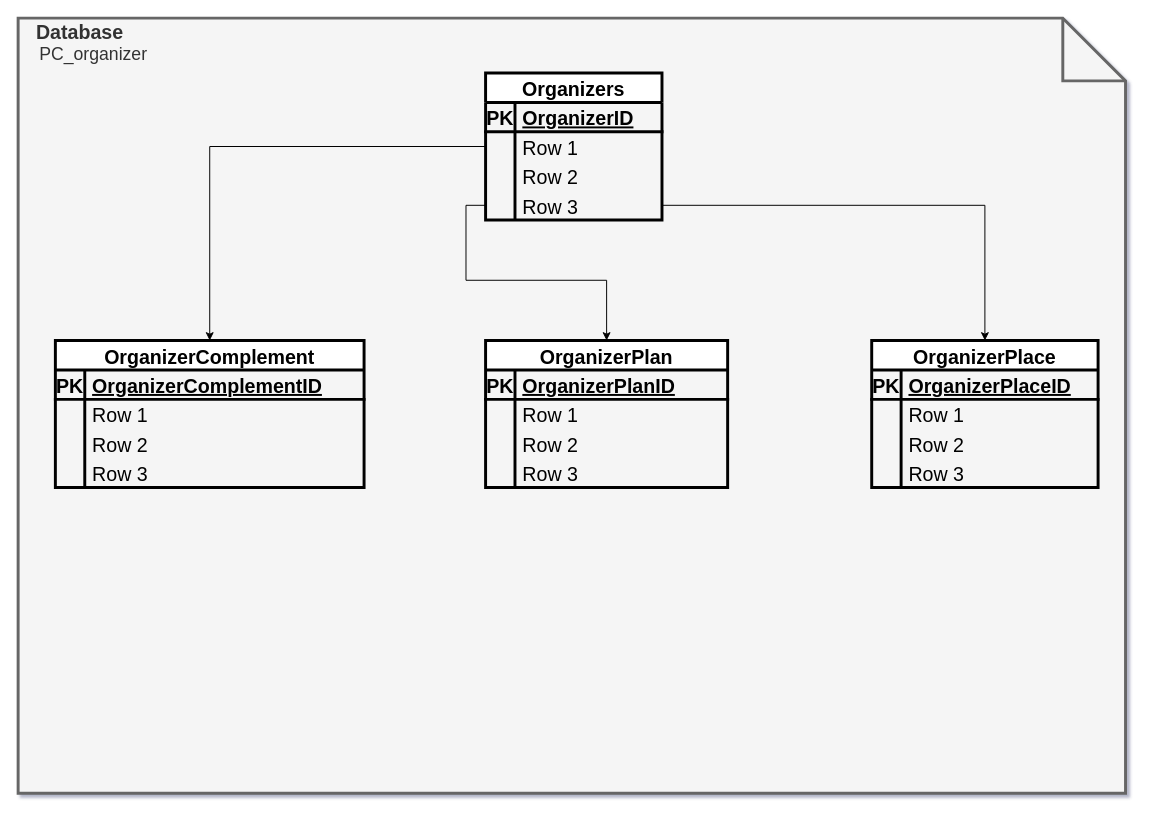
Above: page "DB - ORGANIZER" (1 of 4) of relacionamento.drawio in sandromaia87/crossfit (draw.io), before the change. Source tidied: cells renumbered, new cells numbered last; positions are measured from the earlier drawing's top-left corner, leaving out a move shared by most shapes. Both pictures are drawn from the tidied source at 98%, with x=0, y=0 at pixel (18, 18).
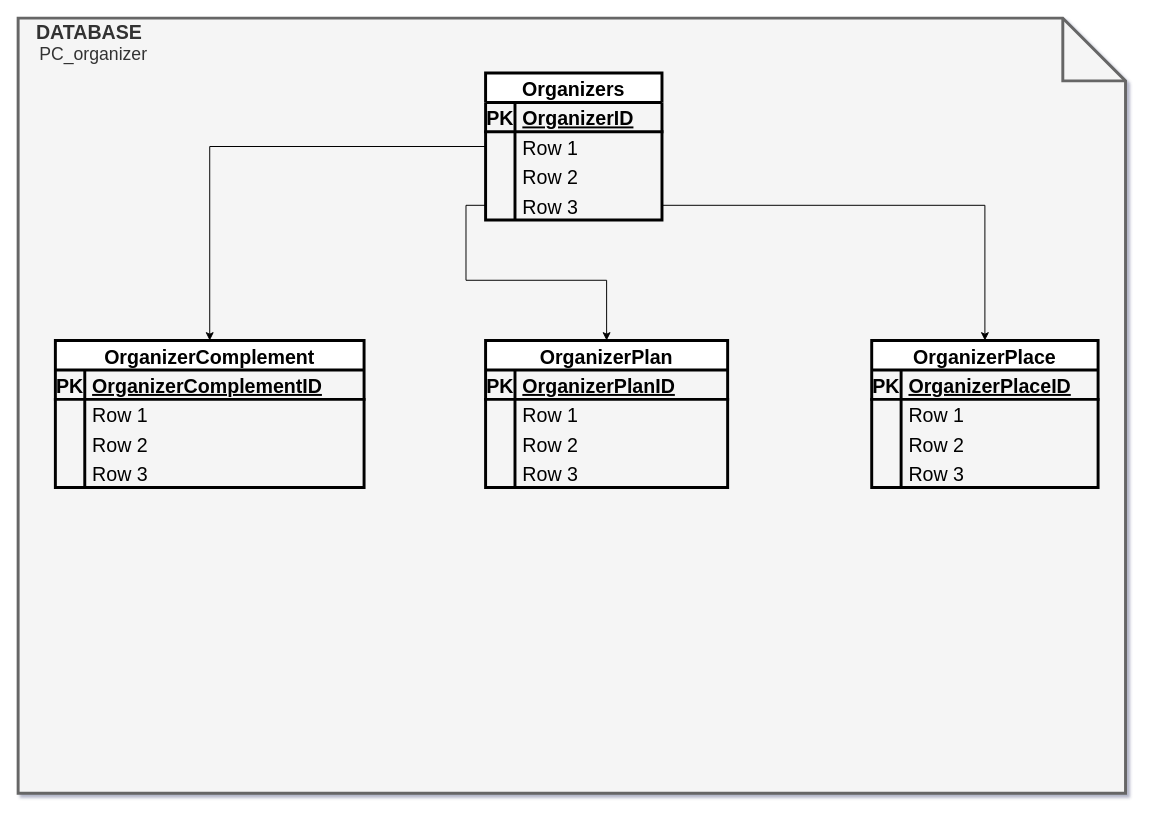
After the change.

Diff of the diagram source:
```diff
@@
-    <mxCell id="2" value="&lt;div style=&quot;font-size: 20px;&quot;&gt;&lt;font style=&quot;font-size: 20px;&quot;&gt;&amp;nbsp;&amp;nbsp; &lt;b&gt;Database &lt;/b&gt;&lt;br&gt;&lt;/font&gt;&lt;/div&gt;&lt;div style=&quot;font-size: 18px;&quot;&gt;&lt;font style=&quot;font-size: 18px;&quot;&gt;&amp;nbsp; &amp;nbsp; PC_organizer&lt;br&gt;&lt;/font&gt;&lt;/div&gt;&lt;div style=&quot;font-size: 18px;&quot;&gt;&lt;font style=&quot;font-size: 18px;&quot;&gt;&lt;br&gt;&lt;/font&gt;&lt;/div&gt;&lt;div style=&quot;font-size: 18px;&quot;&gt;&lt;font style=&quot;font-size: 18px;&quot;&gt;&lt;br&gt;&lt;/font&gt;&lt;/div&gt;&lt;div style=&quot;font-size: 18px;&quot;&gt;&lt;font style=&quot;font-size: 18px;&quot;&gt;&lt;br&gt;&lt;/font&gt;&lt;/div&gt;&lt;div style=&quot;font-size: 18px;&quot;&gt;&lt;font style=&quot;font-size: 18px;&quot;&gt;&lt;br&gt;&lt;/font&gt;&lt;/div&gt;&lt;div style=&quot;font-size: 18px;&quot;&gt;&lt;font style=&quot;font-size: 18px;&quot;&gt;&lt;br&gt;&lt;/font&gt;&lt;/div&gt;&lt;div style=&quot;font-size: 18px;&quot;&gt;&lt;font style=&quot;font-size: 18px;&quot;&gt;&lt;br&gt;&lt;/font&gt;&lt;/div&gt;&lt;div style=&quot;font-size: 18px;&quot;&gt;&lt;font style=&quot;font-size: 18px;&quot;&gt;&lt;br&gt;&lt;/font&gt;&lt;/div&gt;&lt;div style=&quot;font-size: 18px;&quot;&gt;&lt;font style=&quot;font-size: 18px;&quot;&gt;&lt;br&gt;&lt;/font&gt;&lt;/div&gt;&lt;div style=&quot;font-size: 18px;&quot;&gt;&lt;font style=&quot;font-size: 18px;&quot;&gt;&lt;br&gt;&lt;/font&gt;&lt;/div&gt;&lt;div style=&quot;font-size: 18px;&quot;&gt;&lt;font style=&quot;font-size: 18px;&quot;&gt;&lt;br&gt;&lt;/font&gt;&lt;/div&gt;&lt;div style=&quot;font-size: 18px;&quot;&gt;&lt;font style=&quot;font-size: 18px;&quot;&gt;&lt;br&gt;&lt;/font&gt;&lt;/div&gt;&lt;div style=&quot;font-size: 18px;&quot;&gt;&lt;font style=&quot;font-size: 18px;&quot;&gt;&lt;br&gt;&lt;/font&gt;&lt;/div&gt;&lt;div style=&quot;font-size: 18px;&quot;&gt;&lt;font style=&quot;font-size: 18px;&quot;&gt;&lt;br&gt;&lt;/font&gt;&lt;/div&gt;&lt;div style=&quot;font-size: 18px;&quot;&gt;&lt;font style=&quot;font-size: 18px;&quot;&gt;&lt;br&gt;&lt;/font&gt;&lt;/div&gt;&lt;div style=&quot;font-size: 18px;&quot;&gt;&lt;font style=&quot;font-size: 18px;&quot;&gt;&lt;br&gt;&lt;/font&gt;&lt;/div&gt;&lt;div style=&quot;font-size: 18px;&quot;&gt;&lt;font style=&quot;font-size: 18px;&quot;&gt;&lt;br&gt;&lt;/font&gt;&lt;/div&gt;&lt;div style=&quot;font-size: 18px;&quot;&gt;&lt;font style=&quot;font-size: 18px;&quot;&gt;&lt;br&gt;&lt;/font&gt;&lt;/div&gt;&lt;div style=&quot;font-size: 18px;&quot;&gt;&lt;font style=&quot;font-size: 18px;&quot;&gt;&lt;br&gt;&lt;/font&gt;&lt;/div&gt;&lt;div style=&quot;font-size: 18px;&quot;&gt;&lt;font style=&quot;font-size: 18px;&quot;&gt;&lt;br&gt;&lt;/font&gt;&lt;/div&gt;&lt;div style=&quot;font-size: 18px;&quot;&gt;&lt;font style=&quot;font-size: 18px;&quot;&gt;&lt;br&gt;&lt;/font&gt;&lt;/div&gt;&lt;div style=&quot;font-size: 18px;&quot;&gt;&lt;font style=&quot;font-size: 18px;&quot;&gt;&lt;br&gt;&lt;/font&gt;&lt;/div&gt;&lt;div style=&quot;font-size: 18px;&quot;&gt;&lt;font style=&quot;font-size: 18px;&quot;&gt;&lt;br&gt;&lt;/font&gt;&lt;/div&gt;&lt;div style=&quot;font-size: 18px;&quot;&gt;&lt;font style=&quot;font-size: 18px;&quot;&gt;&lt;br&gt;&lt;/font&gt;&lt;/div&gt;&lt;div style=&quot;font-size: 18px;&quot;&gt;&lt;font style=&quot;font-size: 18px;&quot;&gt;&lt;br&gt;&lt;/font&gt;&lt;/div&gt;&lt;div style=&quot;font-size: 18px;&quot;&gt;&lt;font style=&quot;font-size: 18px;&quot;&gt;&lt;br&gt;&lt;/font&gt;&lt;/div&gt;&lt;div style=&quot;font-size: 18px;&quot;&gt;&lt;font style=&quot;font-size: 18px;&quot;&gt;&lt;br&gt;&lt;/font&gt;&lt;/div&gt;&lt;div style=&quot;font-size: 18px;&quot;&gt;&lt;font style=&quot;font-size: 18px;&quot;&gt;&lt;br&gt;&lt;/font&gt;&lt;/div&gt;&lt;div style=&quot;font-size: 18px;&quot;&gt;&lt;font style=&quot;font-size: 18px;&quot;&gt;&lt;br&gt;&lt;/font&gt;&lt;/div&gt;&lt;div style=&quot;font-size: 18px;&quot;&gt;&lt;font style=&quot;font-size: 18px;&quot;&gt;&lt;br&gt;&lt;/font&gt;&lt;/div&gt;&lt;div&gt;&lt;br&gt;&lt;/div&gt;&lt;div&gt;&lt;br&gt;&lt;/div&gt;&lt;div&gt;&lt;br&gt;&lt;/div&gt;&lt;div&gt;&lt;br&gt;&lt;/div&gt;&lt;div&gt;&lt;br&gt;&lt;/div&gt;&lt;div&gt;&lt;br&gt;&lt;/div&gt;&lt;div&gt;&lt;br&gt;&lt;/div&gt;&lt;div&gt;&lt;br&gt;&lt;/div&gt;" style="shape=note;size=64;whiteSpace=wrap;html=1;align=left;fillColor=#f5f5f5;fontColor=#333333;strokeColor=#666666;gradientColor=none;strokeWidth=3;" parent="1" vertex="1">
+    <mxCell id="2" value="&lt;div style=&quot;font-size: 20px;&quot;&gt;&lt;font style=&quot;font-size: 20px;&quot;&gt;&amp;nbsp;&amp;nbsp; &lt;b&gt;DATABASE&lt;/b&gt;&lt;br&gt;&lt;/font&gt;&lt;/div&gt;&lt;div style=&quot;font-size: 18px;&quot;&gt;&lt;font style=&quot;font-size: 18px;&quot;&gt;&amp;nbsp; &amp;nbsp; PC_organizer&lt;br&gt;&lt;/font&gt;&lt;/div&gt;&lt;div style=&quot;font-size: 18px;&quot;&gt;&lt;font style=&quot;font-size: 18px;&quot;&gt;&lt;br&gt;&lt;/font&gt;&lt;/div&gt;&lt;div style=&quot;font-size: 18px;&quot;&gt;&lt;font style=&quot;font-size: 18px;&quot;&gt;&lt;br&gt;&lt;/font&gt;&lt;/div&gt;&lt;div style=&quot;font-size: 18px;&quot;&gt;&lt;font style=&quot;font-size: 18px;&quot;&gt;&lt;br&gt;&lt;/font&gt;&lt;/div&gt;&lt;div style=&quot;font-size: 18px;&quot;&gt;&lt;font style=&quot;font-size: 18px;&quot;&gt;&lt;br&gt;&lt;/font&gt;&lt;/div&gt;&lt;div style=&quot;font-size: 18px;&quot;&gt;&lt;font style=&quot;font-size: 18px;&quot;&gt;&lt;br&gt;&lt;/font&gt;&lt;/div&gt;&lt;div style=&quot;font-size: 18px;&quot;&gt;&lt;font style=&quot;font-size: 18px;&quot;&gt;&lt;br&gt;&lt;/font&gt;&lt;/div&gt;&lt;div style=&quot;font-size: 18px;&quot;&gt;&lt;font style=&quot;font-size: 18px;&quot;&gt;&lt;br&gt;&lt;/font&gt;&lt;/div&gt;&lt;div style=&quot;font-size: 18px;&quot;&gt;&lt;font style=&quot;font-size: 18px;&quot;&gt;&lt;br&gt;&lt;/font&gt;&lt;/div&gt;&lt;div style=&quot;font-size: 18px;&quot;&gt;&lt;font style=&quot;font-size: 18px;&quot;&gt;&lt;br&gt;&lt;/font&gt;&lt;/div&gt;&lt;div style=&quot;font-size: 18px;&quot;&gt;&lt;font style=&quot;font-size: 18px;&quot;&gt;&lt;br&gt;&lt;/font&gt;&lt;/div&gt;&lt;div style=&quot;font-size: 18px;&quot;&gt;&lt;font style=&quot;font-size: 18px;&quot;&gt;&lt;br&gt;&lt;/font&gt;&lt;/div&gt;&lt;div style=&quot;font-size: 18px;&quot;&gt;&lt;font style=&quot;font-size: 18px;&quot;&gt;&lt;br&gt;&lt;/font&gt;&lt;/div&gt;&lt;div style=&quot;font-size: 18px;&quot;&gt;&lt;font style=&quot;font-size: 18px;&quot;&gt;&lt;br&gt;&lt;/font&gt;&lt;/div&gt;&lt;div style=&quot;font-size: 18px;&quot;&gt;&lt;font style=&quot;font-size: 18px;&quot;&gt;&lt;br&gt;&lt;/font&gt;&lt;/div&gt;&lt;div style=&quot;font-size: 18px;&quot;&gt;&lt;font style=&quot;font-size: 18px;&quot;&gt;&lt;br&gt;&lt;/font&gt;&lt;/div&gt;&lt;div style=&quot;font-size: 18px;&quot;&gt;&lt;font style=&quot;font-size: 18px;&quot;&gt;&lt;br&gt;&lt;/font&gt;&lt;/div&gt;&lt;div style=&quot;font-size: 18px;&quot;&gt;&lt;font style=&quot;font-size: 18px;&quot;&gt;&lt;br&gt;&lt;/font&gt;&lt;/div&gt;&lt;div style=&quot;font-size: 18px;&quot;&gt;&lt;font style=&quot;font-size: 18px;&quot;&gt;&lt;br&gt;&lt;/font&gt;&lt;/div&gt;&lt;div style=&quot;font-size: 18px;&quot;&gt;&lt;font style=&quot;font-size: 18px;&quot;&gt;&lt;br&gt;&lt;/font&gt;&lt;/div&gt;&lt;div style=&quot;font-size: 18px;&quot;&gt;&lt;font style=&quot;font-size: 18px;&quot;&gt;&lt;br&gt;&lt;/font&gt;&lt;/div&gt;&lt;div style=&quot;font-size: 18px;&quot;&gt;&lt;font style=&quot;font-size: 18px;&quot;&gt;&lt;br&gt;&lt;/font&gt;&lt;/div&gt;&lt;div style=&quot;font-size: 18px;&quot;&gt;&lt;font style=&quot;font-size: 18px;&quot;&gt;&lt;br&gt;&lt;/font&gt;&lt;/div&gt;&lt;div style=&quot;font-size: 18px;&quot;&gt;&lt;font style=&quot;font-size: 18px;&quot;&gt;&lt;br&gt;&lt;/font&gt;&lt;/div&gt;&lt;div style=&quot;font-size: 18px;&quot;&gt;&lt;font style=&quot;font-size: 18px;&quot;&gt;&lt;br&gt;&lt;/font&gt;&lt;/div&gt;&lt;div style=&quot;font-size: 18px;&quot;&gt;&lt;font style=&quot;font-size: 18px;&quot;&gt;&lt;br&gt;&lt;/font&gt;&lt;/div&gt;&lt;div style=&quot;font-size: 18px;&quot;&gt;&lt;font style=&quot;font-size: 18px;&quot;&gt;&lt;br&gt;&lt;/font&gt;&lt;/div&gt;&lt;div style=&quot;font-size: 18px;&quot;&gt;&lt;font style=&quot;font-size: 18px;&quot;&gt;&lt;br&gt;&lt;/font&gt;&lt;/div&gt;&lt;div style=&quot;font-size: 18px;&quot;&gt;&lt;font style=&quot;font-size: 18px;&quot;&gt;&lt;br&gt;&lt;/font&gt;&lt;/div&gt;&lt;div style=&quot;font-size: 18px;&quot;&gt;&lt;font style=&quot;font-size: 18px;&quot;&gt;&lt;br&gt;&lt;/font&gt;&lt;/div&gt;&lt;div&gt;&lt;br&gt;&lt;/div&gt;&lt;div&gt;&lt;br&gt;&lt;/div&gt;&lt;div&gt;&lt;br&gt;&lt;/div&gt;&lt;div&gt;&lt;br&gt;&lt;/div&gt;&lt;div&gt;&lt;br&gt;&lt;/div&gt;&lt;div&gt;&lt;br&gt;&lt;/div&gt;&lt;div&gt;&lt;br&gt;&lt;/div&gt;&lt;div&gt;&lt;br&gt;&lt;/div&gt;" style="shape=note;size=64;whiteSpace=wrap;html=1;align=left;fillColor=#f5f5f5;fontColor=#333333;strokeColor=#666666;gradientColor=none;strokeWidth=3;" parent="1" vertex="1">
       <mxGeometry width="1130" height="791" as="geometry" />
     </mxCell>
```
